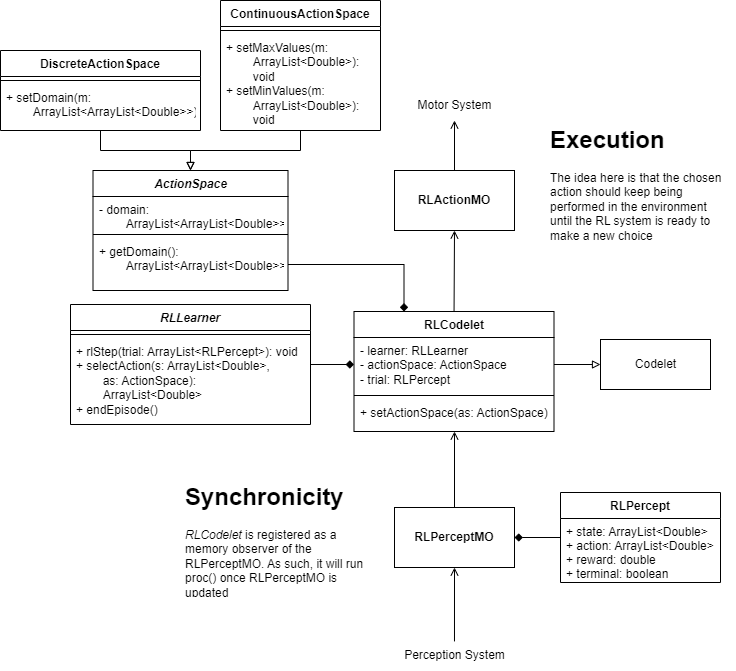
Above: Architecture/CST-RL.png in H-IAAC/CST-RL (draw.io), before the change. Source tidied: cells renumbered, new cells last; positions are measured from the earlier drawing's top-left corner, leaving out a move shared by most shapes. Its diagram source:
```xml
<mxGraphModel>
  <root>
    <mxCell id="0" />
    <mxCell id="1" parent="0" />
    <mxCell id="2" style="edgeStyle=orthogonalEdgeStyle;rounded=0;jettySize=auto;html=1;endArrow=open;endFill=0;exitX=0.5;exitY=0;exitDx=0;exitDy=0;" parent="1" edge="1" source="15" target="24">
      <mxGeometry relative="1" as="geometry">
        <Array as="points">
          <mxPoint x="454" y="410" />
          <mxPoint x="454" y="410" />
        </Array>
      </mxGeometry>
    </mxCell>
    <mxCell id="3" style="edgeStyle=orthogonalEdgeStyle;rounded=0;jettySize=auto;html=1;endArrow=none;endFill=0;startArrow=open;startFill=0;entryX=0.504;entryY=0.03;entryDx=0;entryDy=0;entryPerimeter=0;exitX=0.5;exitY=1;exitDx=0;exitDy=0;" parent="1" edge="1" source="15" target="12">
      <mxGeometry relative="1" as="geometry" />
    </mxCell>
    <mxCell id="4" style="edgeStyle=orthogonalEdgeStyle;rounded=0;jettySize=auto;html=1;exitX=0.5;exitY=0;exitDx=0;exitDy=0;entryX=0.5;entryY=1;entryDx=0;entryDy=0;endArrow=open;endFill=0;" parent="1" edge="1" target="16">
      <mxGeometry relative="1" as="geometry">
        <mxPoint x="453.5" y="320" as="sourcePoint" />
      </mxGeometry>
    </mxCell>
    <mxCell id="5" style="edgeStyle=orthogonalEdgeStyle;rounded=0;jettySize=auto;html=1;endArrow=open;endFill=0;exitX=0.5;exitY=0;exitDx=0;exitDy=0;" parent="1" edge="1" source="16" target="11">
      <mxGeometry relative="1" as="geometry" />
    </mxCell>
    <mxCell id="6" style="edgeStyle=orthogonalEdgeStyle;rounded=0;jettySize=auto;html=1;entryX=1;entryY=0.5;entryDx=0;entryDy=0;endArrow=diamond;endFill=1;" parent="1" edge="1" source="7" target="15">
      <mxGeometry relative="1" as="geometry" />
    </mxCell>
    <mxCell id="7" value="RLPercept" style="swimlane;fontStyle=1;horizontal=1;startSize=26;fillColor=none;" parent="1" vertex="1">
      <mxGeometry x="560" y="492" width="160" height="90" as="geometry" />
    </mxCell>
    <mxCell id="8" value="+ state: ArrayList&lt;Double&gt;&#10;+ action: ArrayList&lt;Double&gt;&#10;+ reward: double&#10;+ terminal: boolean&#10;" style="text;strokeColor=none;fillColor=none;align=left;verticalAlign=top;spacingLeft=4;spacingRight=4;overflow=hidden;" parent="7" vertex="1">
      <mxGeometry y="26" width="160" height="64" as="geometry" />
    </mxCell>
    <mxCell id="9" value="&lt;div&gt;Codelet&lt;/div&gt;" style="html=1;" parent="1" vertex="1">
      <mxGeometry x="600" y="339" width="110" height="50" as="geometry" />
    </mxCell>
    <mxCell id="10" style="edgeStyle=orthogonalEdgeStyle;rounded=0;jettySize=auto;html=1;entryX=0;entryY=0.5;entryDx=0;entryDy=0;endArrow=block;endFill=0;" parent="1" edge="1" source="22" target="9">
      <mxGeometry relative="1" as="geometry" />
    </mxCell>
    <mxCell id="11" value="Motor System" style="text;html=1;align=center;verticalAlign=middle;points=[];strokeColor=none;fillColor=none;" parent="1" vertex="1">
      <mxGeometry x="404" y="90" width="100" height="30" as="geometry" />
    </mxCell>
    <mxCell id="12" value="&lt;div&gt;Perception System&lt;/div&gt;" style="text;html=1;align=center;verticalAlign=middle;points=[];strokeColor=none;fillColor=none;" parent="1" vertex="1">
      <mxGeometry x="393.5" y="640" width="120" height="30" as="geometry" />
    </mxCell>
    <mxCell id="13" value="&lt;h1&gt;Synchronicity&lt;/h1&gt;&lt;div&gt;&lt;i&gt;RLCodelet &lt;/i&gt;is registered as a memory observer of the RLPerceptMO. As such, it will run proc() once RLPerceptMO is updated&lt;/div&gt;" style="text;html=1;strokeColor=none;fillColor=none;spacing=5;spacingTop=-20;whiteSpace=wrap;overflow=hidden;rounded=0;" parent="1" vertex="1">
      <mxGeometry x="180" y="477" width="190" height="120" as="geometry" />
    </mxCell>
    <mxCell id="14" value="&lt;h1&gt;Execution&lt;br&gt;&lt;/h1&gt;&lt;p&gt;The idea here is that the chosen action should keep being performed in the environment until the RL system is ready to make a new choice&lt;br&gt;&lt;/p&gt;" style="text;html=1;strokeColor=none;fillColor=none;spacing=5;spacingTop=-20;whiteSpace=wrap;overflow=hidden;rounded=0;" parent="1" vertex="1">
      <mxGeometry x="545" y="120" width="190" height="130" as="geometry" />
    </mxCell>
    <mxCell id="15" value="&lt;b&gt;RLPerceptMO&lt;/b&gt;" style="rounded=0;whiteSpace=wrap;html=1;" parent="1" vertex="1">
      <mxGeometry x="394" y="507" width="120" height="60" as="geometry" />
    </mxCell>
    <mxCell id="16" value="&lt;b&gt;RLActionMO&lt;/b&gt;" style="rounded=0;whiteSpace=wrap;html=1;" parent="1" vertex="1">
      <mxGeometry x="394" y="170" width="120" height="60" as="geometry" />
    </mxCell>
    <mxCell id="17" style="edgeStyle=orthogonalEdgeStyle;rounded=0;jettySize=auto;html=1;endArrow=diamond;endFill=1;" parent="1" edge="1" source="18" target="22">
      <mxGeometry relative="1" as="geometry" />
    </mxCell>
    <mxCell id="18" value="&lt;i&gt;RLLearner&lt;/i&gt;" style="swimlane;fontStyle=1;align=center;verticalAlign=top;horizontal=1;startSize=26;whiteSpace=wrap;html=1;" parent="1" vertex="1">
      <mxGeometry x="70" y="304" width="240" height="120" as="geometry" />
    </mxCell>
    <mxCell id="19" style="line;strokeWidth=1;fillColor=none;align=left;verticalAlign=middle;spacingTop=-1;spacingLeft=3;spacingRight=3;labelPosition=right;strokeColor=inherit;" parent="18" vertex="1">
      <mxGeometry y="26" width="240" height="8" as="geometry" />
    </mxCell>
    <mxCell id="20" value="+ rlStep(trial: ArrayList&amp;lt;RLPercept&amp;gt;): void&lt;br&gt;+ selectAction(s: ArrayList&amp;lt;Double&amp;gt;, &lt;br&gt;&lt;span style=&quot;white-space: pre;&quot;&gt;&#9;&lt;/span&gt;as: ActionSpace): &lt;span style=&quot;white-space: pre;&quot;&gt;&#9;&lt;/span&gt;ArrayList&amp;lt;Double&amp;gt;&lt;br&gt;+ endEpisode()" style="text;strokeColor=none;fillColor=none;align=left;verticalAlign=top;spacingLeft=4;spacingRight=4;overflow=hidden;points=[[0,0.5],[1,0.5]];portConstraint=eastwest;whiteSpace=wrap;html=1;" parent="18" vertex="1">
      <mxGeometry y="34" width="240" height="86" as="geometry" />
    </mxCell>
    <mxCell id="21" value="RLCodelet" style="swimlane;fontStyle=1;align=center;verticalAlign=top;horizontal=1;startSize=26;whiteSpace=wrap;html=1;" parent="1" vertex="1">
      <mxGeometry x="353.5" y="311" width="200" height="120" as="geometry" />
    </mxCell>
    <mxCell id="22" value="- learner: RLLearner&lt;br&gt;- actionSpace: ActionSpace&lt;br&gt;- trial: RLPercept" style="text;strokeColor=none;fillColor=none;align=left;verticalAlign=top;spacingLeft=4;spacingRight=4;overflow=hidden;points=[[0,0.5],[1,0.5]];portConstraint=eastwest;whiteSpace=wrap;html=1;" parent="21" vertex="1">
      <mxGeometry y="26" width="200" height="54" as="geometry" />
    </mxCell>
    <mxCell id="23" style="line;strokeWidth=1;fillColor=none;align=left;verticalAlign=middle;spacingTop=-1;spacingLeft=3;spacingRight=3;labelPosition=right;strokeColor=inherit;" parent="21" vertex="1">
      <mxGeometry y="80" width="200" height="8" as="geometry" />
    </mxCell>
    <mxCell id="24" value="+ setActionSpace(as: ActionSpace)" style="text;strokeColor=none;fillColor=none;align=left;verticalAlign=top;spacingLeft=4;spacingRight=4;overflow=hidden;points=[[0,0.5],[1,0.5]];portConstraint=eastwest;whiteSpace=wrap;html=1;" parent="21" vertex="1">
      <mxGeometry y="88" width="200" height="32" as="geometry" />
    </mxCell>
    <mxCell id="25" value="&lt;i&gt;ActionSpace&lt;br&gt;&lt;/i&gt;" style="swimlane;fontStyle=1;align=center;verticalAlign=top;horizontal=1;startSize=26;whiteSpace=wrap;html=1;" parent="1" vertex="1">
      <mxGeometry x="92.5" y="170" width="195" height="120" as="geometry" />
    </mxCell>
    <mxCell id="26" value="- domain: &lt;span style=&quot;white-space: pre;&quot;&gt;&#9;&lt;/span&gt;ArrayList&amp;lt;ArrayList&amp;lt;Double&amp;gt;&amp;gt;&lt;br&gt;- size: int" style="text;strokeColor=none;fillColor=none;align=left;verticalAlign=top;spacingLeft=4;spacingRight=4;overflow=hidden;whiteSpace=wrap;html=1;" parent="25" vertex="1">
      <mxGeometry y="26" width="195" height="34" as="geometry" />
    </mxCell>
    <mxCell id="27" style="line;strokeWidth=1;fillColor=none;align=left;verticalAlign=middle;spacingTop=-1;spacingLeft=3;spacingRight=3;labelPosition=right;strokeColor=inherit;" parent="25" vertex="1">
      <mxGeometry y="60" width="195" height="8" as="geometry" />
    </mxCell>
    <mxCell id="28" value="+ getDomain(): &lt;span style=&quot;white-space: pre;&quot;&gt;&#9;&lt;/span&gt;ArrayList&amp;lt;ArrayList&amp;lt;Double&amp;gt;&amp;gt;" style="text;strokeColor=none;fillColor=none;align=left;verticalAlign=top;spacingLeft=4;spacingRight=4;overflow=hidden;points=[[0,0.5],[1,0.5]];portConstraint=eastwest;whiteSpace=wrap;html=1;" parent="25" vertex="1">
      <mxGeometry y="68" width="195" height="52" as="geometry" />
    </mxCell>
    <mxCell id="29" style="edgeStyle=orthogonalEdgeStyle;rounded=0;jettySize=auto;html=1;endArrow=block;endFill=0;" parent="1" edge="1" source="30" target="25">
      <mxGeometry relative="1" as="geometry" />
    </mxCell>
    <mxCell id="30" value="ContinuousActionSpace" style="swimlane;fontStyle=1;align=center;verticalAlign=top;horizontal=1;startSize=26;whiteSpace=wrap;html=1;" parent="1" vertex="1">
      <mxGeometry x="220" width="160" height="130" as="geometry" />
    </mxCell>
    <mxCell id="31" style="line;strokeWidth=1;fillColor=none;align=left;verticalAlign=middle;spacingTop=-1;spacingLeft=3;spacingRight=3;labelPosition=right;strokeColor=inherit;" parent="30" vertex="1">
      <mxGeometry y="26" width="160" height="8" as="geometry" />
    </mxCell>
    <mxCell id="32" value="+ setMaxValues(m: &lt;span style=&quot;white-space: pre;&quot;&gt;&#9;&lt;/span&gt;ArrayList&amp;lt;Double&amp;gt;):&lt;br&gt;&lt;span style=&quot;white-space: pre;&quot;&gt;&#9;&lt;/span&gt;void&lt;br&gt;+ setMinValues(m:&lt;br&gt;&lt;span style=&quot;white-space: pre;&quot;&gt;&#9;&lt;/span&gt;ArrayList&amp;lt;Double&amp;gt;):&lt;br&gt;&lt;span style=&quot;white-space: pre;&quot;&gt;&#9;&lt;/span&gt;void" style="text;strokeColor=none;fillColor=none;align=left;verticalAlign=top;spacingLeft=4;spacingRight=4;overflow=hidden;whiteSpace=wrap;html=1;" parent="30" vertex="1">
      <mxGeometry y="34" width="160" height="96" as="geometry" />
    </mxCell>
    <mxCell id="33" style="edgeStyle=orthogonalEdgeStyle;rounded=0;jettySize=auto;html=1;entryX=0.5;entryY=0;entryDx=0;entryDy=0;endArrow=block;endFill=0;" parent="1" edge="1" source="34" target="25">
      <mxGeometry relative="1" as="geometry" />
    </mxCell>
    <mxCell id="34" value="DiscreteActionSpace" style="swimlane;fontStyle=1;align=center;verticalAlign=top;horizontal=1;startSize=26;whiteSpace=wrap;html=1;" parent="1" vertex="1">
      <mxGeometry y="50" width="200" height="80" as="geometry" />
    </mxCell>
    <mxCell id="35" style="line;strokeWidth=1;fillColor=none;align=left;verticalAlign=middle;spacingTop=-1;spacingLeft=3;spacingRight=3;labelPosition=right;strokeColor=inherit;" parent="34" vertex="1">
      <mxGeometry y="26" width="200" height="8" as="geometry" />
    </mxCell>
    <mxCell id="36" value="+ setDomain(m: &lt;span style=&quot;white-space: pre;&quot;&gt;&#9;&lt;/span&gt;ArrayList&amp;lt;ArrayList&amp;lt;Double&amp;gt;&amp;gt;)" style="text;strokeColor=none;fillColor=none;align=left;verticalAlign=top;spacingLeft=4;spacingRight=4;overflow=hidden;whiteSpace=wrap;html=1;" parent="34" vertex="1">
      <mxGeometry y="34" width="200" height="46" as="geometry" />
    </mxCell>
    <mxCell id="37" style="edgeStyle=orthogonalEdgeStyle;rounded=0;jettySize=auto;html=1;entryX=0.25;entryY=0;entryDx=0;entryDy=0;endArrow=diamond;endFill=1;" parent="1" edge="1" source="28" target="21">
      <mxGeometry relative="1" as="geometry" />
    </mxCell>
  </root>
</mxGraphModel>
```
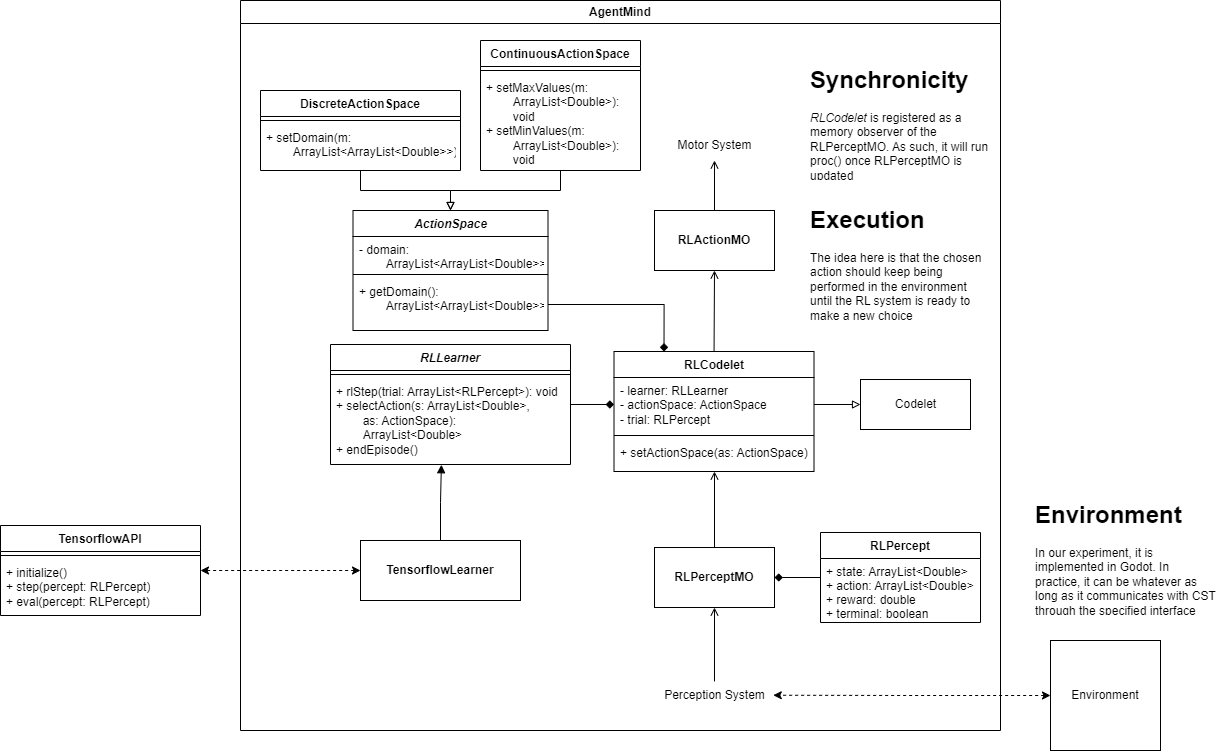
Later version of the same file.

Diff of the diagram source:
```diff
@@ -42,12 +42,6 @@
     <mxCell id="12" value="&lt;div&gt;Perception System&lt;/div&gt;" style="text;html=1;align=center;verticalAlign=middle;points=[];strokeColor=none;fillColor=none;" parent="1" vertex="1">
       <mxGeometry x="393.5" y="640" width="120" height="30" as="geometry" />
     </mxCell>
-    <mxCell id="13" value="&lt;h1&gt;Synchronicity&lt;/h1&gt;&lt;div&gt;&lt;i&gt;RLCodelet &lt;/i&gt;is registered as a memory observer of the RLPerceptMO. As such, it will run proc() once RLPerceptMO is updated&lt;/div&gt;" style="text;html=1;strokeColor=none;fillColor=none;spacing=5;spacingTop=-20;whiteSpace=wrap;overflow=hidden;rounded=0;" parent="1" vertex="1">
-      <mxGeometry x="180" y="477" width="190" height="120" as="geometry" />
-    </mxCell>
-    <mxCell id="14" value="&lt;h1&gt;Execution&lt;br&gt;&lt;/h1&gt;&lt;p&gt;The idea here is that the chosen action should keep being performed in the environment until the RL system is ready to make a new choice&lt;br&gt;&lt;/p&gt;" style="text;html=1;strokeColor=none;fillColor=none;spacing=5;spacingTop=-20;whiteSpace=wrap;overflow=hidden;rounded=0;" parent="1" vertex="1">
-      <mxGeometry x="545" y="120" width="190" height="130" as="geometry" />
-    </mxCell>
     <mxCell id="15" value="&lt;b&gt;RLPerceptMO&lt;/b&gt;" style="rounded=0;whiteSpace=wrap;html=1;" parent="1" vertex="1">
       <mxGeometry x="394" y="507" width="120" height="60" as="geometry" />
     </mxCell>
@@ -117,5 +111,43 @@
     <mxCell id="37" style="edgeStyle=orthogonalEdgeStyle;rounded=0;jettySize=auto;html=1;entryX=0.25;entryY=0;entryDx=0;entryDy=0;endArrow=diamond;endFill=1;" parent="1" edge="1" source="28" target="21">
       <mxGeometry relative="1" as="geometry" />
     </mxCell>
+    <mxCell id="38" value="AgentMind" style="swimlane;whiteSpace=wrap;html=1;" parent="1" vertex="1">
+      <mxGeometry x="-20" y="-40" width="760" height="730" as="geometry" />
+    </mxCell>
+    <mxCell id="13" value="&lt;h1&gt;Synchronicity&lt;/h1&gt;&lt;div&gt;&lt;i&gt;RLCodelet &lt;/i&gt;is registered as a memory observer of the RLPerceptMO. As such, it will run proc() once RLPerceptMO is updated&lt;/div&gt;" style="text;html=1;strokeColor=none;fillColor=none;spacing=5;spacingTop=-20;whiteSpace=wrap;overflow=hidden;rounded=0;" parent="38" vertex="1">
+      <mxGeometry x="565" y="60" width="190" height="120" as="geometry" />
+    </mxCell>
+    <mxCell id="14" value="&lt;h1&gt;Execution&lt;br&gt;&lt;/h1&gt;&lt;p&gt;The idea here is that the chosen action should keep being performed in the environment until the RL system is ready to make a new choice&lt;br&gt;&lt;/p&gt;" style="text;html=1;strokeColor=none;fillColor=none;spacing=5;spacingTop=-20;whiteSpace=wrap;overflow=hidden;rounded=0;" parent="38" vertex="1">
+      <mxGeometry x="565" y="200" width="190" height="130" as="geometry" />
+    </mxCell>
+    <mxCell id="39" value="&lt;b&gt;TensorflowLearner&lt;br&gt;&lt;/b&gt;" style="rounded=0;whiteSpace=wrap;html=1;" parent="38" vertex="1">
+      <mxGeometry x="120" y="540" width="160" height="60" as="geometry" />
+    </mxCell>
+    <mxCell id="40" value="Environment" style="whiteSpace=wrap;html=1;" parent="1" vertex="1">
+      <mxGeometry x="790" y="600" width="110" height="110" as="geometry" />
+    </mxCell>
+    <mxCell id="41" style="edgeStyle=orthogonalEdgeStyle;rounded=0;jettySize=auto;html=1;exitX=0;exitY=0.5;exitDx=0;exitDy=0;startArrow=classic;startFill=1;endArrow=classic;endFill=1;dashed=1;entryX=0.994;entryY=0.491;entryDx=0;entryDy=0;entryPerimeter=0;" parent="1" edge="1" source="40" target="12">
+      <mxGeometry relative="1" as="geometry" />
+    </mxCell>
+    <mxCell id="42" style="edgeStyle=orthogonalEdgeStyle;rounded=0;jettySize=auto;html=1;entryX=0.462;entryY=1.003;entryDx=0;entryDy=0;entryPerimeter=0;endArrow=block;endFill=1;" parent="1" edge="1" source="39" target="20">
+      <mxGeometry relative="1" as="geometry" />
+    </mxCell>
+    <mxCell id="43" value="&lt;h1&gt;Environment&lt;/h1&gt;&lt;div&gt;In our experiment, it is implemented in Godot. In practice, it can be whatever as long as it communicates with CST through the specified interface&lt;/div&gt;" style="text;html=1;strokeColor=none;fillColor=none;spacing=5;spacingTop=-20;whiteSpace=wrap;overflow=hidden;rounded=0;" parent="1" vertex="1">
+      <mxGeometry x="770" y="455" width="190" height="120" as="geometry" />
+    </mxCell>
+    <mxCell id="44" value="TensorflowAPI" style="swimlane;fontStyle=1;align=center;verticalAlign=top;horizontal=1;startSize=26;whiteSpace=wrap;html=1;" parent="1" vertex="1">
+      <mxGeometry x="-260" y="485" width="200" height="90" as="geometry" />
+    </mxCell>
+    <mxCell id="45" style="line;strokeWidth=1;fillColor=none;align=left;verticalAlign=middle;spacingTop=-1;spacingLeft=3;spacingRight=3;labelPosition=right;strokeColor=inherit;" parent="44" vertex="1">
+      <mxGeometry y="26" width="200" height="8" as="geometry" />
+    </mxCell>
+    <mxCell id="46" value="+ initialize()&lt;br&gt;+ step(percept: RLPercept)&lt;br&gt;+ eval(percept: RLPercept)" style="text;strokeColor=none;fillColor=none;align=left;verticalAlign=top;spacingLeft=4;spacingRight=4;overflow=hidden;whiteSpace=wrap;html=1;" parent="44" vertex="1">
+      <mxGeometry y="34" width="200" height="56" as="geometry" />
+    </mxCell>
+    <mxCell id="47" style="edgeStyle=orthogonalEdgeStyle;rounded=0;jettySize=auto;html=1;exitX=0;exitY=0.5;exitDx=0;exitDy=0;dashed=1;startArrow=classic;startFill=1;" parent="1" edge="1" source="39">
+      <mxGeometry relative="1" as="geometry">
+        <mxPoint x="-60" y="530" as="targetPoint" />
+      </mxGeometry>
+    </mxCell>
   </root>
 </mxGraphModel>
```
